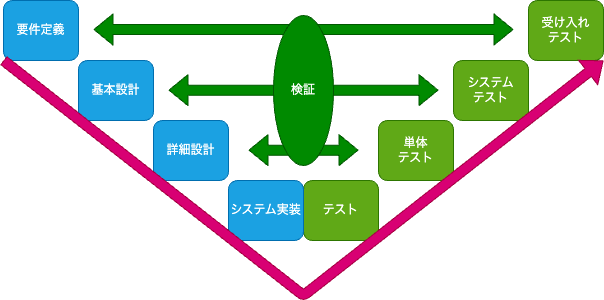
This is scrum/img/waterfall.png from jigintern/intern-dev-tutorial, a draw.io export, as it was before one commit. Source tidied: cells renumbered, new cells last; positions are measured from the earlier drawing's top-left corner, leaving out a move shared by most shapes. The source it was exported from:
```xml
<mxGraphModel>
  <root>
    <mxCell id="0" />
    <mxCell id="1" parent="0" />
    <mxCell id="2" value="受け入れ&lt;br&gt;テスト" style="rounded=1;whiteSpace=wrap;html=1;fillColor=#60a917;fontColor=#ffffff;strokeColor=#2D7600;" parent="1" vertex="1">
      <mxGeometry x="525" width="75" height="60" as="geometry" />
    </mxCell>
    <mxCell id="3" value="システム&lt;br&gt;テスト" style="rounded=1;whiteSpace=wrap;html=1;fillColor=#60a917;fontColor=#ffffff;strokeColor=#2D7600;" parent="1" vertex="1">
      <mxGeometry x="450" y="60" width="75" height="60" as="geometry" />
    </mxCell>
    <mxCell id="4" value="単体&lt;br&gt;テスト" style="rounded=1;whiteSpace=wrap;html=1;fillColor=#60a917;fontColor=#ffffff;strokeColor=#2D7600;" parent="1" vertex="1">
      <mxGeometry x="375" y="120" width="75" height="60" as="geometry" />
    </mxCell>
    <mxCell id="5" value="テスト" style="rounded=1;whiteSpace=wrap;html=1;fillColor=#60a917;fontColor=#ffffff;strokeColor=#2D7600;" parent="1" vertex="1">
      <mxGeometry x="300" y="180" width="75" height="60" as="geometry" />
    </mxCell>
    <mxCell id="6" value="システム実装" style="rounded=1;whiteSpace=wrap;html=1;fillColor=#1ba1e2;fontColor=#ffffff;strokeColor=#006EAF;" parent="1" vertex="1">
      <mxGeometry x="225" y="180" width="75" height="60" as="geometry" />
    </mxCell>
    <mxCell id="7" value="詳細設計" style="rounded=1;whiteSpace=wrap;html=1;fillColor=#1ba1e2;fontColor=#ffffff;strokeColor=#006EAF;" parent="1" vertex="1">
      <mxGeometry x="150" y="120" width="75" height="60" as="geometry" />
    </mxCell>
    <mxCell id="8" value="基本設計" style="rounded=1;whiteSpace=wrap;html=1;fillColor=#1ba1e2;fontColor=#ffffff;strokeColor=#006EAF;" parent="1" vertex="1">
      <mxGeometry x="75" y="60" width="75" height="60" as="geometry" />
    </mxCell>
    <mxCell id="9" value="要件定義" style="rounded=1;whiteSpace=wrap;html=1;fillColor=#1ba1e2;fontColor=#ffffff;strokeColor=#006EAF;" parent="1" vertex="1">
      <mxGeometry width="75" height="60" as="geometry" />
    </mxCell>
    <mxCell id="10" style="shape=flexArrow;endArrow=classic;startArrow=classic;html=1;fillColor=#008a00;strokeColor=#005700;" parent="1" edge="1">
      <mxGeometry relative="1" as="geometry">
        <mxPoint x="245" y="149.6" as="sourcePoint" />
        <mxPoint x="355" y="149.6" as="targetPoint" />
      </mxGeometry>
    </mxCell>
    <mxCell id="11" style="shape=flexArrow;endArrow=classic;startArrow=classic;html=1;fillColor=#008a00;strokeColor=#005700;" parent="1" edge="1">
      <mxGeometry relative="1" as="geometry">
        <mxPoint x="165" y="89.6" as="sourcePoint" />
        <mxPoint x="435" y="89.6" as="targetPoint" />
      </mxGeometry>
    </mxCell>
    <mxCell id="12" style="shape=flexArrow;endArrow=classic;startArrow=classic;html=1;fillColor=#008a00;strokeColor=#005700;" parent="1" edge="1">
      <mxGeometry relative="1" as="geometry">
        <mxPoint x="90" y="29" as="sourcePoint" />
        <mxPoint x="510" y="29" as="targetPoint" />
      </mxGeometry>
    </mxCell>
    <mxCell id="13" value="検証" style="ellipse;whiteSpace=wrap;html=1;fillColor=#008a00;fontColor=#ffffff;strokeColor=#005700;" parent="1" vertex="1">
      <mxGeometry x="270" y="15" width="60" height="150" as="geometry" />
    </mxCell>
    <mxCell id="14" style="shape=flexArrow;endArrow=classic;html=1;fillColor=#d80073;strokeColor=#A50040;exitX=0;exitY=1;exitDx=0;exitDy=0;entryX=1;entryY=1;entryDx=0;entryDy=0;" parent="1" edge="1" source="9" target="2">
      <mxGeometry relative="1" as="geometry">
        <Array as="points">
          <mxPoint x="300" y="295" />
        </Array>
      </mxGeometry>
    </mxCell>
  </root>
</mxGraphModel>
```
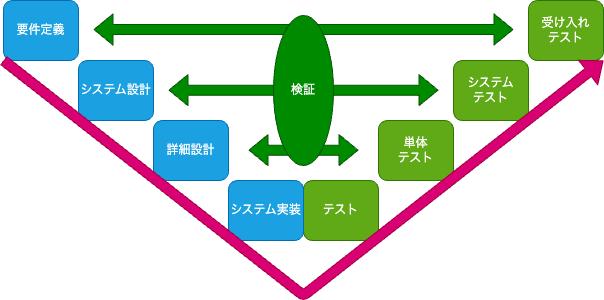
After the commit.

The edit, as a diff of the source:
```diff
@@ -20,7 +20,7 @@
     <mxCell id="7" value="詳細設計" style="rounded=1;whiteSpace=wrap;html=1;fillColor=#1ba1e2;fontColor=#ffffff;strokeColor=#006EAF;" parent="1" vertex="1">
       <mxGeometry x="150" y="120" width="75" height="60" as="geometry" />
     </mxCell>
-    <mxCell id="8" value="基本設計" style="rounded=1;whiteSpace=wrap;html=1;fillColor=#1ba1e2;fontColor=#ffffff;strokeColor=#006EAF;" parent="1" vertex="1">
+    <mxCell id="8" value="システム設計" style="rounded=1;whiteSpace=wrap;html=1;fillColor=#1ba1e2;fontColor=#ffffff;strokeColor=#006EAF;" parent="1" vertex="1">
       <mxGeometry x="75" y="60" width="75" height="60" as="geometry" />
     </mxCell>
     <mxCell id="9" value="要件定義" style="rounded=1;whiteSpace=wrap;html=1;fillColor=#1ba1e2;fontColor=#ffffff;strokeColor=#006EAF;" parent="1" vertex="1">
```
